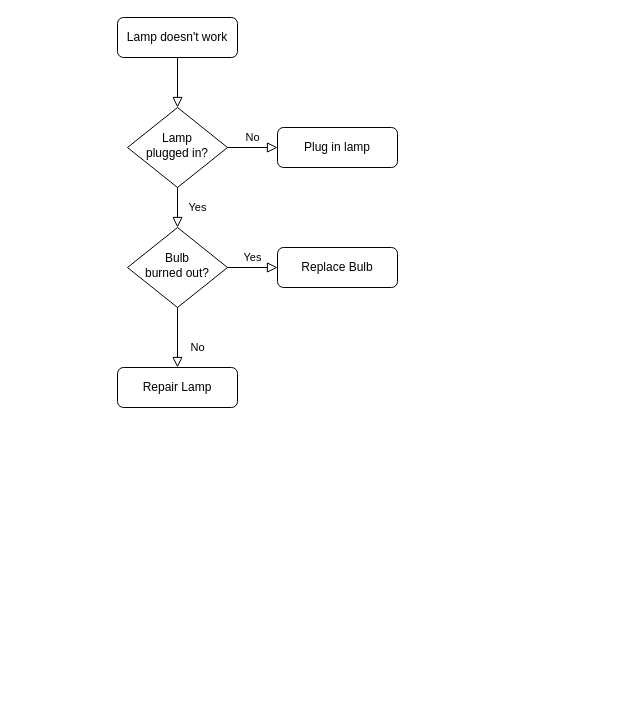
Before: Untitled Diagram.drawio in tharakadoo/assignmentASE, a draw.io diagram. Source tidied: cells renumbered, new cells numbered last; positions are measured from the earlier drawing's top-left corner, leaving out a move shared by most shapes. Both pictures are drawn from the tidied source at 100%, with x=0, y=0 at pixel (117, 17).
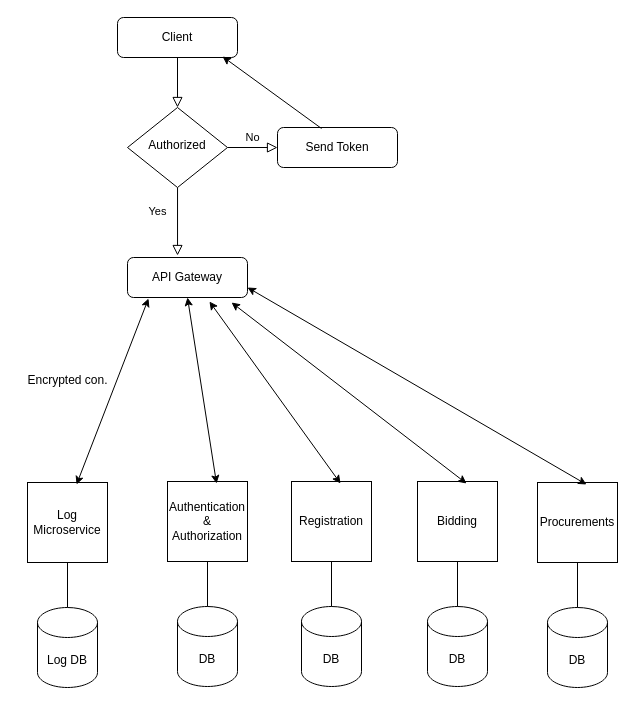
Above is the later version.

The edit, as a diff of the source:
```diff
@@
-    <mxCell id="3" value="Lamp doesn't work" style="rounded=1;whiteSpace=wrap;html=1;fontSize=12;glass=0;strokeWidth=1;shadow=0;" parent="1" vertex="1">
+    <mxCell id="3" value="Client" style="rounded=1;whiteSpace=wrap;html=1;fontSize=12;glass=0;strokeWidth=1;shadow=0;" parent="1" vertex="1">
       <mxGeometry width="120" height="40" as="geometry" />
     </mxCell>
-    <mxCell id="4" value="Yes" style="rounded=0;html=1;jettySize=auto;fontSize=11;endArrow=block;endFill=0;endSize=8;strokeWidth=1;shadow=0;labelBackgroundColor=none;edgeStyle=orthogonalEdgeStyle;" parent="1" edge="1" source="6" target="10">
-      <mxGeometry y="20" relative="1" as="geometry" />
+    <mxCell id="4" value="Yes" style="rounded=0;html=1;jettySize=auto;fontSize=11;endArrow=block;endFill=0;endSize=8;strokeWidth=1;shadow=0;labelBackgroundColor=none;edgeStyle=orthogonalEdgeStyle;entryX=0.417;entryY=-0.05;entryDx=0;entryDy=0;entryPerimeter=0;" parent="1" edge="1" source="6" target="12">
+      <mxGeometry x="-0.01" y="-10" relative="1" as="geometry">
+        <mxPoint x="-10" y="-10" as="offset" />
+      </mxGeometry>
     </mxCell>
@@
-    <mxCell id="6" value="Lamp&lt;br&gt;plugged in?" style="rhombus;whiteSpace=wrap;html=1;shadow=0;fontFamily=Helvetica;fontSize=12;align=center;strokeWidth=1;spacing=6;spacingTop=-4;" parent="1" vertex="1">
+    <mxCell id="6" value="Authorized" style="rhombus;whiteSpace=wrap;html=1;shadow=0;fontFamily=Helvetica;fontSize=12;align=center;strokeWidth=1;spacing=6;spacingTop=-4;" parent="1" vertex="1">
       <mxGeometry x="10" y="90" width="100" height="80" as="geometry" />
     </mxCell>
-    <mxCell id="7" value="Plug in lamp" style="rounded=1;whiteSpace=wrap;html=1;fontSize=12;glass=0;strokeWidth=1;shadow=0;" parent="1" vertex="1">
+    <mxCell id="7" value="Send Token" style="rounded=1;whiteSpace=wrap;html=1;fontSize=12;glass=0;strokeWidth=1;shadow=0;" parent="1" vertex="1">
       <mxGeometry x="160" y="110" width="120" height="40" as="geometry" />
     </mxCell>
-    <mxCell id="8" value="No" style="rounded=0;html=1;jettySize=auto;fontSize=11;endArrow=block;endFill=0;endSize=8;strokeWidth=1;shadow=0;labelBackgroundColor=none;edgeStyle=orthogonalEdgeStyle;" parent="1" edge="1" source="10" target="11">
-      <mxGeometry x="0.33" y="20" relative="1" as="geometry" />
-    </mxCell>
-    <mxCell id="9" value="Yes" style="edgeStyle=orthogonalEdgeStyle;rounded=0;html=1;jettySize=auto;fontSize=11;endArrow=block;endFill=0;endSize=8;strokeWidth=1;shadow=0;labelBackgroundColor=none;" parent="1" edge="1" source="10" target="12">
-      <mxGeometry y="10" relative="1" as="geometry" />
-    </mxCell>
-    <mxCell id="10" value="Bulb&lt;br&gt;burned out?" style="rhombus;whiteSpace=wrap;html=1;shadow=0;fontFamily=Helvetica;fontSize=12;align=center;strokeWidth=1;spacing=6;spacingTop=-4;" parent="1" vertex="1">
-      <mxGeometry x="10" y="210" width="100" height="80" as="geometry" />
-    </mxCell>
-    <mxCell id="11" value="Repair Lamp" style="rounded=1;whiteSpace=wrap;html=1;fontSize=12;glass=0;strokeWidth=1;shadow=0;" parent="1" vertex="1">
-      <mxGeometry y="350" width="120" height="40" as="geometry" />
-    </mxCell>
-    <mxCell id="12" value="Replace Bulb" style="rounded=1;whiteSpace=wrap;html=1;fontSize=12;glass=0;strokeWidth=1;shadow=0;" parent="1" vertex="1">
-      <mxGeometry x="160" y="230" width="120" height="40" as="geometry" />
+    <mxCell id="12" value="API Gateway" style="rounded=1;whiteSpace=wrap;html=1;fontSize=12;glass=0;strokeWidth=1;shadow=0;" parent="1" vertex="1">
+      <mxGeometry x="10" y="240" width="120" height="40" as="geometry" />
     </mxCell>
+    <mxCell id="13" style="endArrow=classic;html=1;rounded=0;exitX=0.367;exitY=0.025;exitDx=0;exitDy=0;exitPerimeter=0;entryX=0.875;entryY=0.975;entryDx=0;entryDy=0;entryPerimeter=0;" parent="1" edge="1" source="7" target="3">
+      <mxGeometry relative="1" as="geometry" />
+    </mxCell>
+    <mxCell id="14" value="Log Microservice" style="whiteSpace=wrap;html=1;" parent="1" vertex="1">
+      <mxGeometry x="-90" y="465" width="80" height="80" as="geometry" />
+    </mxCell>
+    <mxCell id="15" style="endArrow=classic;startArrow=classic;html=1;rounded=0;entryX=0.175;entryY=1.025;entryDx=0;entryDy=0;entryPerimeter=0;exitX=0.613;exitY=0.025;exitDx=0;exitDy=0;exitPerimeter=0;" parent="1" edge="1" source="14" target="12">
+      <mxGeometry relative="1" as="geometry" />
+    </mxCell>
+    <mxCell id="16" value="Log DB" style="shape=cylinder3;whiteSpace=wrap;html=1;boundedLbl=1;backgroundOutline=1;size=15;" parent="1" vertex="1">
+      <mxGeometry x="-80" y="590" width="60" height="80" as="geometry" />
+    </mxCell>
+    <mxCell id="17" style="endArrow=none;html=1;rounded=0;entryX=0.5;entryY=1;entryDx=0;entryDy=0;" parent="1" edge="1" target="14">
+      <mxGeometry relative="1" as="geometry">
+        <mxPoint x="-50" y="590" as="sourcePoint" />
+      </mxGeometry>
+    </mxCell>
+    <mxCell id="18" value="Encrypted con." style="text;html=1;align=center;verticalAlign=middle;strokeColor=none;fillColor=none;" parent="1" vertex="1">
+      <mxGeometry x="-100" y="348" width="100" height="30" as="geometry" />
+    </mxCell>
+    <mxCell id="19" value="Authentication &amp;amp; Authorization " style="whiteSpace=wrap;html=1;" parent="1" vertex="1">
+      <mxGeometry x="50" y="464" width="80" height="80" as="geometry" />
+    </mxCell>
+    <mxCell id="20" style="endArrow=classic;startArrow=classic;html=1;rounded=0;entryX=0.5;entryY=1;entryDx=0;entryDy=0;exitX=0.613;exitY=0.025;exitDx=0;exitDy=0;exitPerimeter=0;" parent="1" edge="1" source="19" target="12">
+      <mxGeometry relative="1" as="geometry" />
+    </mxCell>
+    <mxCell id="21" value="DB" style="shape=cylinder3;whiteSpace=wrap;html=1;boundedLbl=1;backgroundOutline=1;size=15;" parent="1" vertex="1">
+      <mxGeometry x="60" y="589" width="60" height="80" as="geometry" />
+    </mxCell>
+    <mxCell id="22" style="endArrow=none;html=1;rounded=0;entryX=0.5;entryY=1;entryDx=0;entryDy=0;" parent="1" edge="1" target="19">
+      <mxGeometry relative="1" as="geometry">
+        <mxPoint x="90" y="589" as="sourcePoint" />
+      </mxGeometry>
+    </mxCell>
+    <mxCell id="23" value="Registration" style="whiteSpace=wrap;html=1;" parent="1" vertex="1">
+      <mxGeometry x="174" y="464" width="80" height="80" as="geometry" />
+    </mxCell>
+    <mxCell id="24" style="endArrow=classic;startArrow=classic;html=1;rounded=0;entryX=0.683;entryY=1.1;entryDx=0;entryDy=0;exitX=0.613;exitY=0.025;exitDx=0;exitDy=0;exitPerimeter=0;entryPerimeter=0;" parent="1" edge="1" source="23" target="12">
+      <mxGeometry relative="1" as="geometry" />
+    </mxCell>
+    <mxCell id="25" value="DB" style="shape=cylinder3;whiteSpace=wrap;html=1;boundedLbl=1;backgroundOutline=1;size=15;" parent="1" vertex="1">
+      <mxGeometry x="184" y="589" width="60" height="80" as="geometry" />
+    </mxCell>
+    <mxCell id="26" style="endArrow=none;html=1;rounded=0;entryX=0.5;entryY=1;entryDx=0;entryDy=0;" parent="1" edge="1" target="23">
+      <mxGeometry relative="1" as="geometry">
+        <mxPoint x="214" y="589" as="sourcePoint" />
+      </mxGeometry>
+    </mxCell>
+    <mxCell id="27" value="Bidding" style="whiteSpace=wrap;html=1;" parent="1" vertex="1">
+      <mxGeometry x="300" y="464" width="80" height="80" as="geometry" />
+    </mxCell>
+    <mxCell id="28" style="endArrow=classic;startArrow=classic;html=1;rounded=0;entryX=0.867;entryY=1.125;entryDx=0;entryDy=0;exitX=0.613;exitY=0.025;exitDx=0;exitDy=0;exitPerimeter=0;entryPerimeter=0;" parent="1" edge="1" source="27" target="12">
+      <mxGeometry relative="1" as="geometry" />
+    </mxCell>
+    <mxCell id="29" value="DB" style="shape=cylinder3;whiteSpace=wrap;html=1;boundedLbl=1;backgroundOutline=1;size=15;" parent="1" vertex="1">
+      <mxGeometry x="310" y="589" width="60" height="80" as="geometry" />
+    </mxCell>
+    <mxCell id="30" style="endArrow=none;html=1;rounded=0;entryX=0.5;entryY=1;entryDx=0;entryDy=0;" parent="1" edge="1" target="27">
+      <mxGeometry relative="1" as="geometry">
+        <mxPoint x="340" y="589" as="sourcePoint" />
+      </mxGeometry>
+    </mxCell>
+    <mxCell id="31" value="Procurements" style="whiteSpace=wrap;html=1;" parent="1" vertex="1">
+      <mxGeometry x="420" y="465" width="80" height="80" as="geometry" />
+    </mxCell>
+    <mxCell id="32" style="endArrow=classic;startArrow=classic;html=1;rounded=0;entryX=1;entryY=0.75;entryDx=0;entryDy=0;exitX=0.613;exitY=0.025;exitDx=0;exitDy=0;exitPerimeter=0;" parent="1" edge="1" source="31" target="12">
+      <mxGeometry relative="1" as="geometry" />
+    </mxCell>
+    <mxCell id="33" value="DB" style="shape=cylinder3;whiteSpace=wrap;html=1;boundedLbl=1;backgroundOutline=1;size=15;" parent="1" vertex="1">
+      <mxGeometry x="430" y="590" width="60" height="80" as="geometry" />
+    </mxCell>
+    <mxCell id="34" style="endArrow=none;html=1;rounded=0;entryX=0.5;entryY=1;entryDx=0;entryDy=0;" parent="1" edge="1" target="31">
+      <mxGeometry relative="1" as="geometry">
+        <mxPoint x="460" y="590" as="sourcePoint" />
+      </mxGeometry>
+    </mxCell>
```
